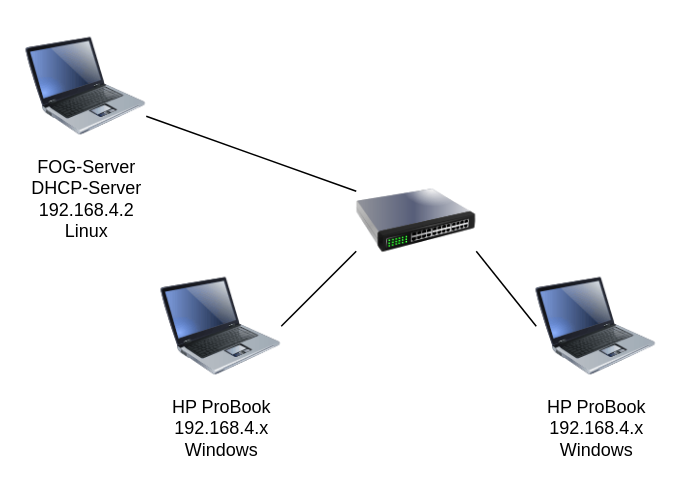
The draw.io diagram images/network.drawio in StefanScherer/fwe-fog, before the edit. Source tidied: cells renumbered, new cells numbered last; positions are measured from the earlier drawing's top-left corner, leaving out a move shared by most shapes. Both pictures are drawn from the tidied source at 150%, with x=0, y=0 at pixel (26, 26).
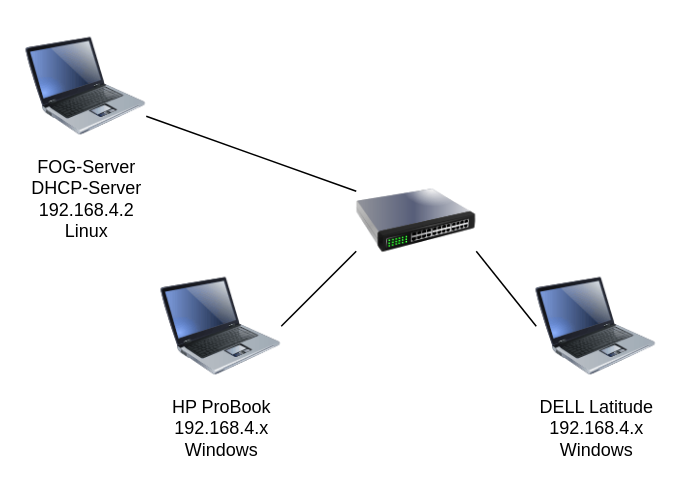
The same diagram, later.

Commit message (it also covers changes not shown here):
Add DELL Latitude 3510

Change to the diagram source:
```diff
@@
 <mxGraphModel>
   <root>
     <mxCell id="0" />
     <mxCell id="1" parent="0" />
     <mxCell id="2" value="HP ProBook&lt;br&gt;192.168.4.x&lt;br&gt;Windows" style="image;html=1;image=img/lib/clip_art/computers/Laptop_128x128.png;" parent="1" vertex="1">
       <mxGeometry x="90" y="160" width="80" height="80" as="geometry" />
     </mxCell>
-    <mxCell id="3" value="HP ProBook&lt;br&gt;192.168.4.x&lt;br&gt;Windows" style="image;html=1;image=img/lib/clip_art/computers/Laptop_128x128.png;" parent="1" vertex="1">
+    <mxCell id="3" value="DELL Latitude&lt;br&gt;192.168.4.x&lt;br&gt;Windows" style="image;html=1;image=img/lib/clip_art/computers/Laptop_128x128.png;" parent="1" vertex="1">
       <mxGeometry x="340" y="160" width="80" height="80" as="geometry" />
     </mxCell>
     <mxCell id="4" style="rounded=0;jettySize=auto;html=1;exitX=1;exitY=0.75;exitDx=0;exitDy=0;entryX=0;entryY=0.25;entryDx=0;entryDy=0;endArrow=none;endFill=0;" parent="1" edge="1" source="5" target="8">
       <mxGeometry relative="1" as="geometry" />
     </mxCell>
     <mxCell id="5" value="FOG-Server&lt;br&gt;DHCP-Server&lt;br&gt;192.168.4.2&lt;br&gt;Linux" style="image;html=1;image=img/lib/clip_art/computers/Laptop_128x128.png;" parent="1" vertex="1">
       <mxGeometry width="80" height="80" as="geometry" />
     </mxCell>
     <mxCell id="6" style="edgeStyle=none;rounded=0;jettySize=auto;html=1;exitX=0;exitY=0.75;exitDx=0;exitDy=0;entryX=1;entryY=0.5;entryDx=0;entryDy=0;endArrow=none;endFill=0;" parent="1" edge="1" source="8" target="2">
       <mxGeometry relative="1" as="geometry" />
     </mxCell>
     <mxCell id="7" style="edgeStyle=none;rounded=0;jettySize=auto;html=1;exitX=1;exitY=0.75;exitDx=0;exitDy=0;entryX=0;entryY=0.5;entryDx=0;entryDy=0;endArrow=none;endFill=0;" parent="1" edge="1" source="8" target="3">
       <mxGeometry relative="1" as="geometry" />
     </mxCell>
     <mxCell id="8" style="image;html=1;image=img/lib/clip_art/networking/Switch_128x128.png;" parent="1" vertex="1">
       <mxGeometry x="220" y="90" width="80" height="80" as="geometry" />
     </mxCell>
   </root>
 </mxGraphModel>
```
